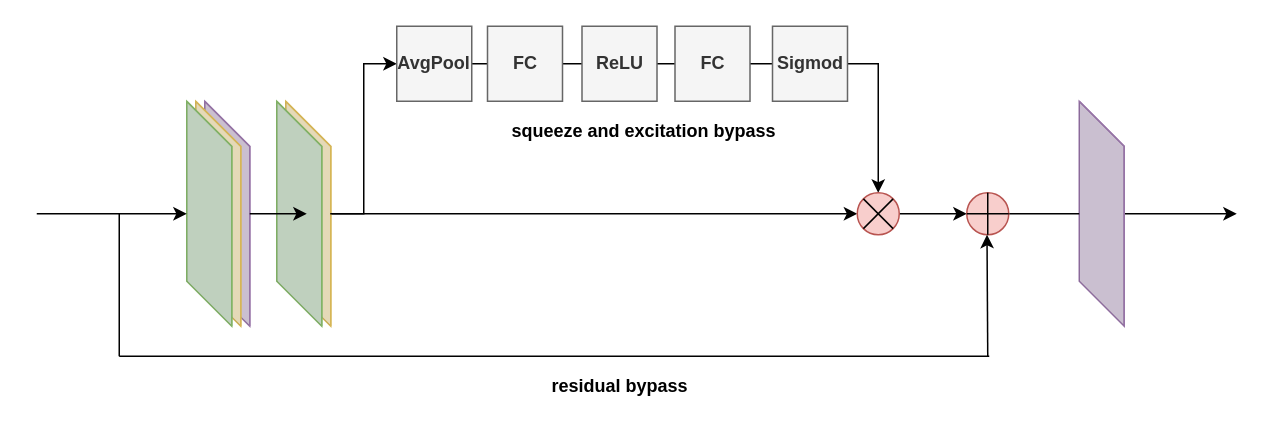
This is SeResBlock.drawio from foreverfruit/drawio_, a draw.io file, before an edit. Source tidied: cells renumbered, new cells numbered last; positions are measured from the earlier drawing's top-left corner, leaving out a move shared by most shapes. Both pictures are drawn from the tidied source at 150%, with x=0, y=0 at pixel (36, 26).
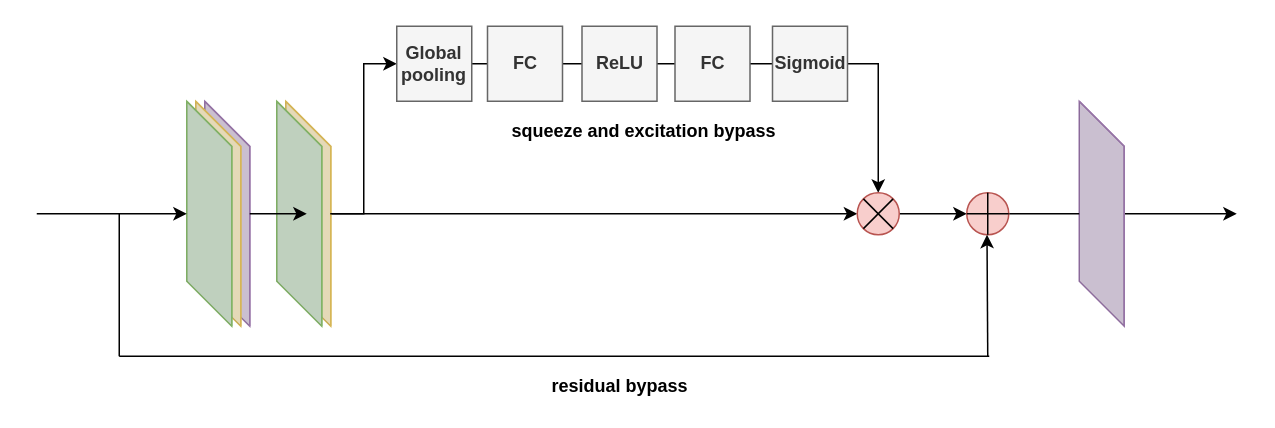
After the change.

The edit, as a diff of the source:
```diff
@@
-    <mxCell id="21" value="AvgPool" style="whiteSpace=wrap;html=1;fillColor=#f5f5f5;strokeColor=#666666;fontColor=#333333;fontStyle=1;" parent="1" vertex="1">
+    <mxCell id="21" value="Global&lt;br&gt;pooling" style="whiteSpace=wrap;html=1;fillColor=#f5f5f5;strokeColor=#666666;fontColor=#333333;fontStyle=1;" parent="1" vertex="1">
       <mxGeometry x="240" width="50" height="50" as="geometry" />
     </mxCell>
@@
-    <mxCell id="28" value="Sigmod" style="whiteSpace=wrap;html=1;fillColor=#f5f5f5;strokeColor=#666666;fontColor=#333333;fontStyle=1;" parent="1" vertex="1">
+    <mxCell id="28" value="Sigmoid" style="whiteSpace=wrap;html=1;fillColor=#f5f5f5;strokeColor=#666666;fontColor=#333333;fontStyle=1;" parent="1" vertex="1">
       <mxGeometry x="490.5" width="50" height="50" as="geometry" />
     </mxCell>
```
